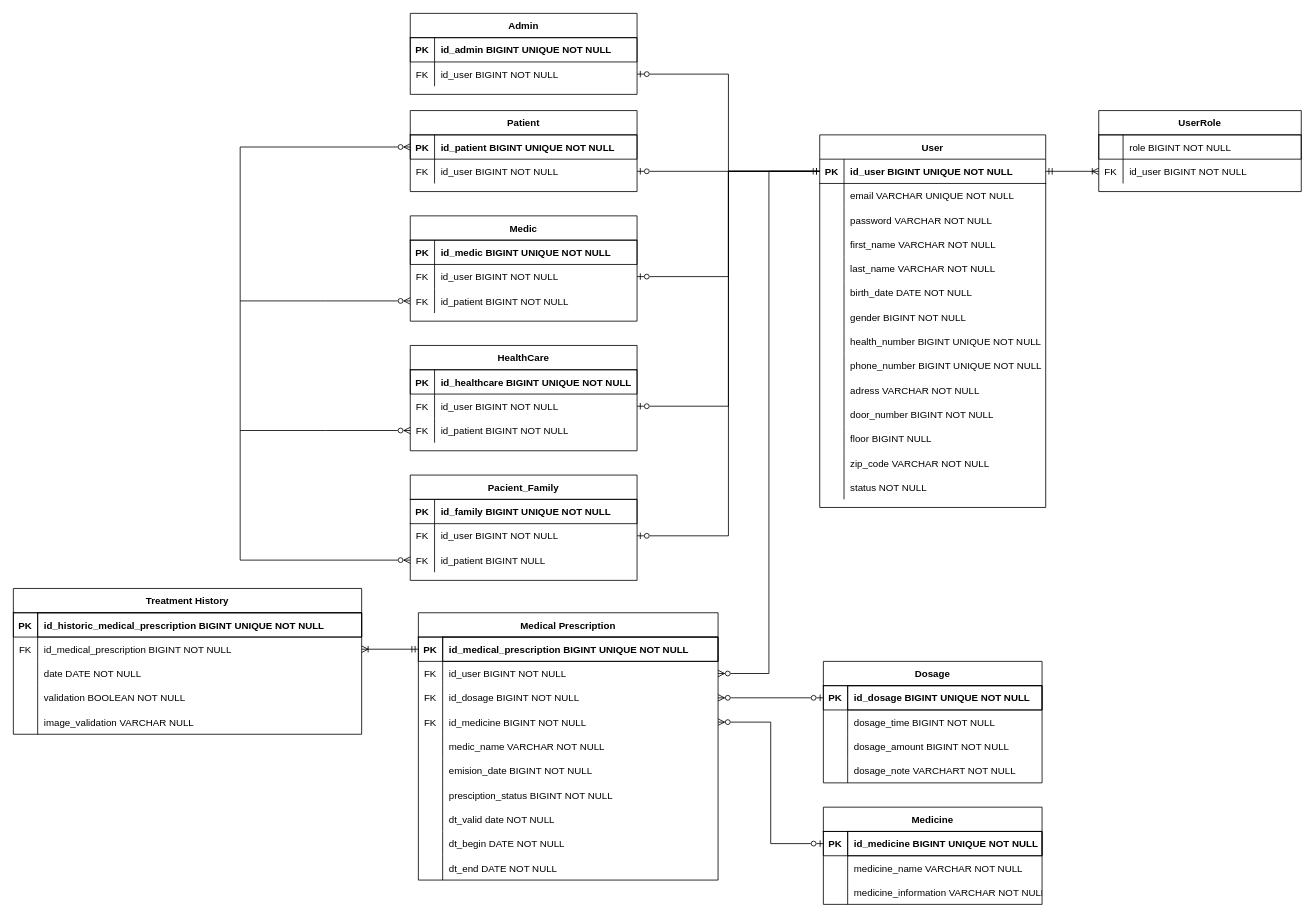
Before: Documentação/Base de dados/ER.drawio in Zav04/MedAlert, a draw.io diagram. Source tidied: cells renumbered, new cells numbered last; positions are measured from the earlier drawing's top-left corner, leaving out a move shared by most shapes. Both pictures are drawn from the tidied source at 81%, with x=0, y=0 at pixel (13, 13).
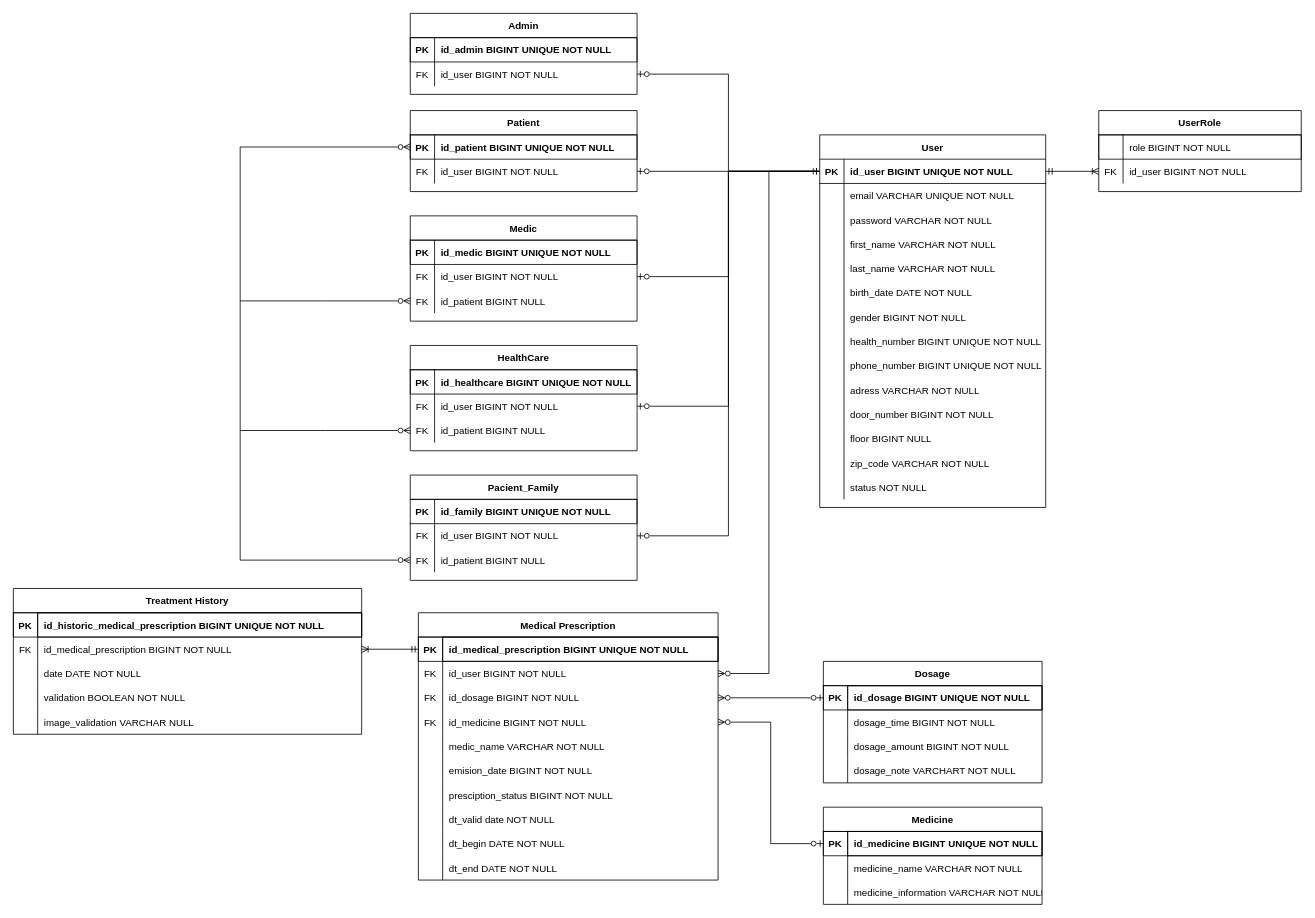
After the change.

Unchanged cells that the change refers to:
```xml
<mxCell id="74" style="shape=partialRectangle;fillColor=none;points=[[0,0.5],[1,0.5]];portConstraint=eastwest;top=0;left=0;right=0;bottom=0;" parent="67" vertex="1">
  <mxGeometry y="90" width="280" height="30" as="geometry" />
</mxCell>
<mxCell id="84" style="shape=partialRectangle;fillColor=none;points=[[0,0.5],[1,0.5]];portConstraint=eastwest;top=0;left=0;right=0;bottom=0;" parent="77" vertex="1">
  <mxGeometry y="90" width="280" height="30" as="geometry" />
</mxCell>
```

Change to the diagram source:
```diff
@@
-    <mxCell id="76" value="id_patient BIGINT NOT NULL" style="shape=partialRectangle;overflow=hidden;fillColor=none;top=0;left=0;bottom=0;right=0;align=left;spacingLeft=6;" parent="74" vertex="1">
+    <mxCell id="76" value="id_patient BIGINT NULL" style="shape=partialRectangle;overflow=hidden;fillColor=none;top=0;left=0;bottom=0;right=0;align=left;spacingLeft=6;" parent="74" vertex="1">
       <mxGeometry x="30" width="250" height="30" as="geometry" />
     </mxCell>
@@
-    <mxCell id="86" value="id_patient BIGINT NOT NULL" style="shape=partialRectangle;overflow=hidden;fillColor=none;top=0;left=0;bottom=0;right=0;align=left;spacingLeft=6;" parent="84" vertex="1">
+    <mxCell id="86" value="id_patient BIGINT NULL" style="shape=partialRectangle;overflow=hidden;fillColor=none;top=0;left=0;bottom=0;right=0;align=left;spacingLeft=6;" parent="84" vertex="1">
       <mxGeometry x="30" width="250" height="30" as="geometry" />
     </mxCell>
```
